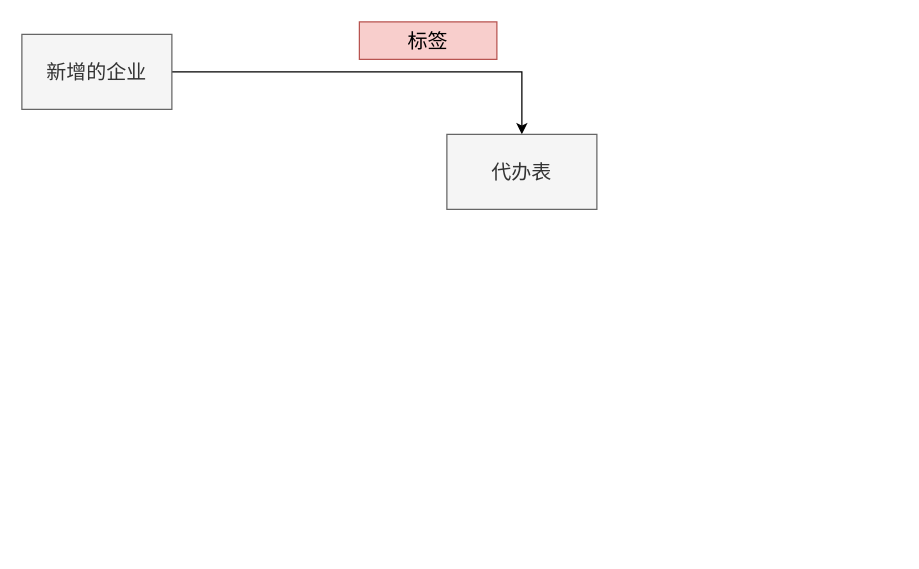
Before: 消防新增.drawio in w1041660542/draw.io, a draw.io diagram. Source tidied: cells renumbered, new cells numbered last; positions are measured from the earlier drawing's top-left corner, leaving out a move shared by most shapes. Both pictures are drawn from the tidied source at 125%, with x=0, y=0 at pixel (21, 21).
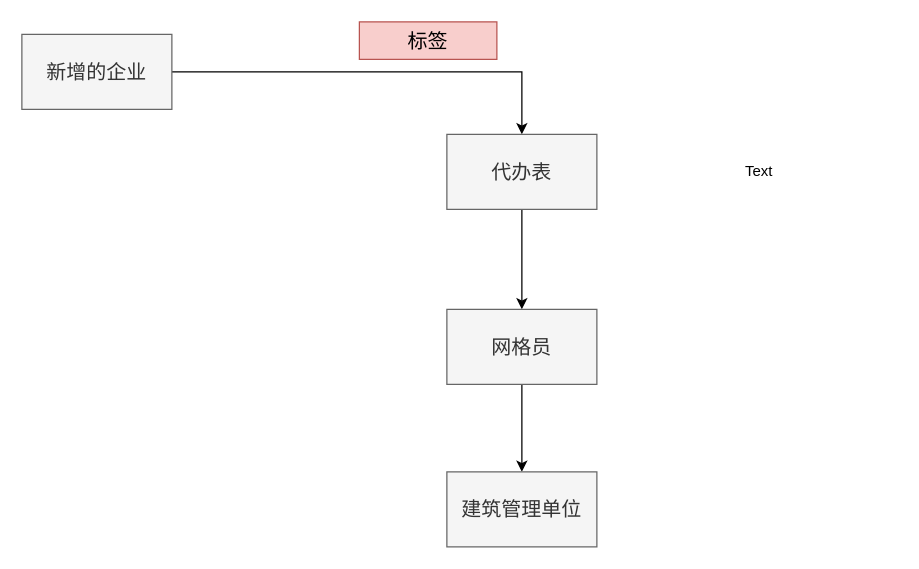
The same page after the edit.

Commit message (it also covers changes not shown here):
更新消防新增.drawio

The edit, as a diff of the source:
```diff
@@
 <mxGraphModel>
   <root>
     <mxCell id="0" />
     <mxCell id="1" parent="0" />
     <mxCell id="2" style="edgeStyle=orthogonalEdgeStyle;rounded=0;jettySize=auto;html=1;" parent="1" edge="1" source="3" target="4">
       <mxGeometry relative="1" as="geometry" />
     </mxCell>
     <mxCell id="3" value="&lt;font style=&quot;font-size: 16px;&quot;&gt;新增的企业&lt;/font&gt;" style="rounded=0;whiteSpace=wrap;html=1;fillColor=#f5f5f5;fontColor=#333333;strokeColor=#666666;" parent="1" vertex="1">
       <mxGeometry y="10" width="120" height="60" as="geometry" />
     </mxCell>
+    <mxCell id="6" style="edgeStyle=orthogonalEdgeStyle;rounded=0;jettySize=auto;html=1;" parent="1" edge="1" source="4" target="8">
+      <mxGeometry relative="1" as="geometry" />
+    </mxCell>
     <mxCell id="4" value="&lt;font style=&quot;font-size: 16px;&quot;&gt;代办表&lt;/font&gt;" style="rounded=0;whiteSpace=wrap;html=1;fillColor=#f5f5f5;strokeColor=#666666;fontColor=#333333;" parent="1" vertex="1">
       <mxGeometry x="340" y="90" width="120" height="60" as="geometry" />
     </mxCell>
     <mxCell id="5" value="&lt;font style=&quot;font-size: 16px;&quot;&gt;标签&lt;/font&gt;" style="text;html=1;align=center;verticalAlign=middle;whiteSpace=wrap;rounded=0;fillColor=#f8cecc;strokeColor=#b85450;" parent="1" vertex="1">
       <mxGeometry x="270" width="110" height="30" as="geometry" />
     </mxCell>
+    <mxCell id="7" style="edgeStyle=orthogonalEdgeStyle;rounded=0;jettySize=auto;html=1;entryX=0.5;entryY=0;entryDx=0;entryDy=0;" parent="1" edge="1" source="8" target="9">
+      <mxGeometry relative="1" as="geometry" />
+    </mxCell>
+    <mxCell id="8" value="&lt;font style=&quot;font-size: 16px;&quot;&gt;网格员&lt;/font&gt;" style="rounded=0;whiteSpace=wrap;html=1;fillColor=#f5f5f5;fontColor=#333333;strokeColor=#666666;" parent="1" vertex="1">
+      <mxGeometry x="340" y="230" width="120" height="60" as="geometry" />
+    </mxCell>
+    <mxCell id="9" value="&lt;font style=&quot;font-size: 16px;&quot;&gt;建筑管理单位&lt;/font&gt;" style="rounded=0;whiteSpace=wrap;html=1;fillColor=#f5f5f5;fontColor=#333333;strokeColor=#666666;" parent="1" vertex="1">
+      <mxGeometry x="340" y="360" width="120" height="60" as="geometry" />
+    </mxCell>
+    <mxCell id="10" value="Text" style="text;html=1;align=center;verticalAlign=middle;whiteSpace=wrap;rounded=0;" parent="1" vertex="1">
+      <mxGeometry x="480" y="65" width="220" height="110" as="geometry" />
+    </mxCell>
   </root>
 </mxGraphModel>
```
